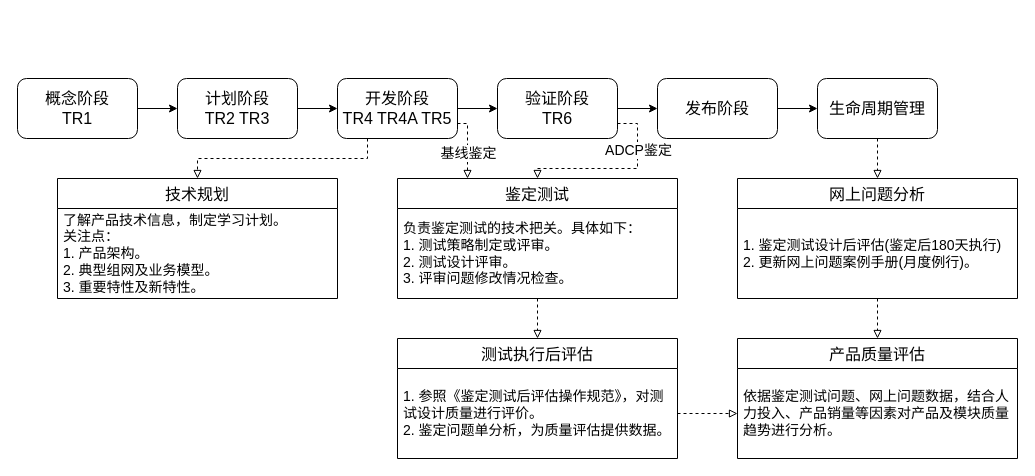
wa4paluof/iview-tree-drag keeps this draw.io diagram as page "TSE工作" (1 of 2) of systemWork.drawio. Above is the earlier version. Source tidied: cells renumbered, new cells numbered last; positions are measured from the earlier drawing's top-left corner, leaving out a move shared by most shapes. Both pictures are drawn from the tidied source at 100%, with x=0, y=0 at pixel (17, 78).
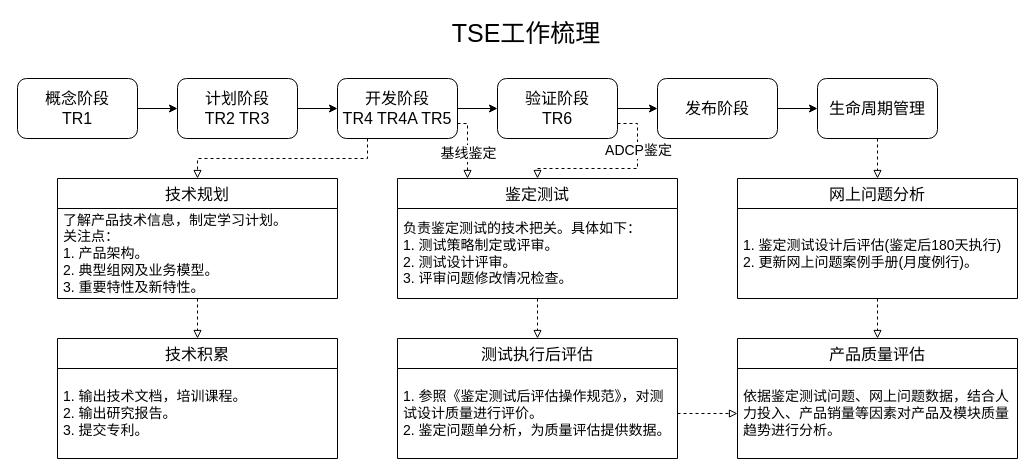
The same diagram, later.

Unchanged cells that the change refers to:
```xml
<mxCell id="19" value="技术规划" style="swimlane;fontStyle=0;horizontal=1;startSize=30;labelBorderColor=none;fontSize=16;strokeColor=default;" parent="1" vertex="1">
  <mxGeometry x="40" y="100" width="280" height="120" as="geometry" />
</mxCell>
```

Diff of the diagram source:
```diff
@@
+    <mxCell id="32" style="edgeStyle=orthogonalEdgeStyle;rounded=0;jettySize=auto;html=1;dashed=1;fontSize=14;endArrow=block;endFill=0;" parent="1" edge="1" source="19" target="33">
+      <mxGeometry relative="1" as="geometry" />
+    </mxCell>
@@
+    <mxCell id="33" value="技术积累" style="swimlane;fontStyle=0;horizontal=1;startSize=30;labelBorderColor=none;fontSize=16;strokeColor=default;" parent="1" vertex="1">
+      <mxGeometry x="40" y="260" width="280" height="120" as="geometry" />
+    </mxCell>
+    <mxCell id="34" value="1. 输出技术文档，培训课程。&#10;2. 输出研究报告。&#10;3. 提交专利。" style="text;strokeColor=none;fillColor=none;align=left;verticalAlign=middle;spacingLeft=4;spacingRight=4;overflow=hidden;labelBorderColor=none;fontSize=14;whiteSpace=wrap;" parent="33" vertex="1">
+      <mxGeometry y="30" width="280" height="90" as="geometry" />
+    </mxCell>
+    <mxCell id="35" value="TSE工作梳理" style="text;html=1;strokeColor=none;fillColor=none;align=center;verticalAlign=middle;whiteSpace=wrap;rounded=0;labelBorderColor=none;fontSize=25;" parent="1" vertex="1">
+      <mxGeometry x="361" y="-61" width="296" height="30" as="geometry" />
+    </mxCell>
```
